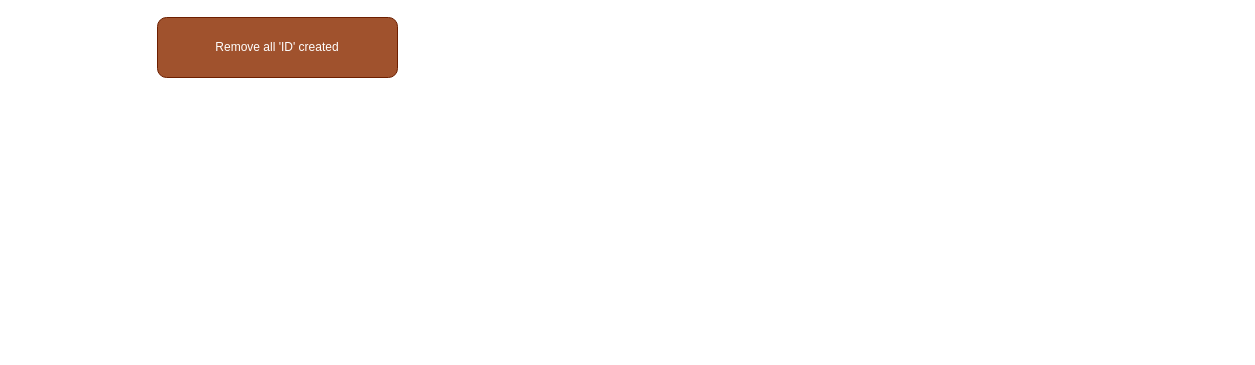
vinicius-silva-ep/ie-employment-permit keeps this draw.io diagram as page "in-progress" (2 of 3) of assets/notes.drawio. Above is the earlier version. Source tidied: cells renumbered, new cells numbered last; positions are measured from the earlier drawing's top-left corner, leaving out a move shared by most shapes. Both pictures are drawn from the tidied source at 100%, with x=0, y=0 at pixel (157, 17).
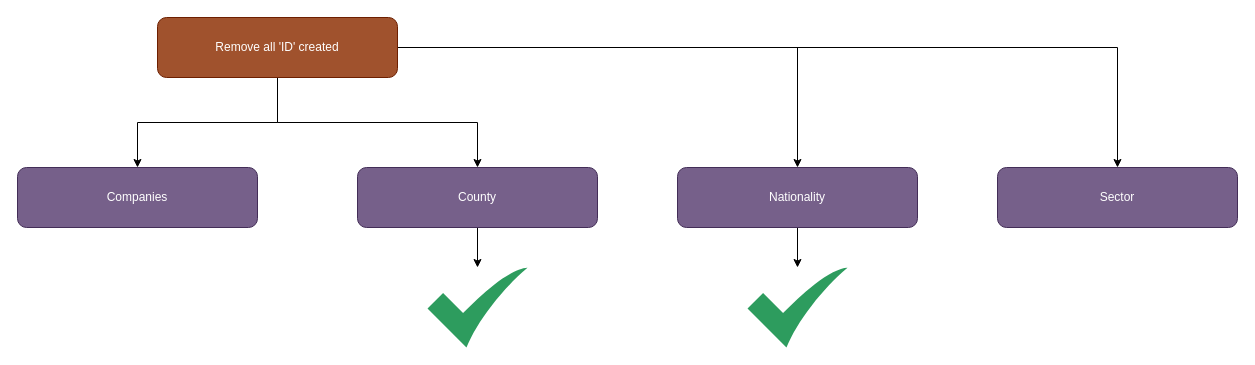
After the change.

Change to the diagram source:
```diff
@@
 <mxGraphModel>
   <root>
     <mxCell id="0" />
     <mxCell id="1" parent="0" />
+    <mxCell id="3" style="edgeStyle=orthogonalEdgeStyle;rounded=0;jettySize=auto;html=1;" parent="1" edge="1" source="2" target="7">
+      <mxGeometry relative="1" as="geometry" />
+    </mxCell>
+    <mxCell id="4" style="edgeStyle=orthogonalEdgeStyle;rounded=0;jettySize=auto;html=1;" parent="1" edge="1" source="2" target="9">
+      <mxGeometry relative="1" as="geometry" />
+    </mxCell>
+    <mxCell id="5" style="edgeStyle=orthogonalEdgeStyle;rounded=0;jettySize=auto;html=1;" parent="1" edge="1" source="2" target="11">
+      <mxGeometry relative="1" as="geometry" />
+    </mxCell>
+    <mxCell id="6" style="edgeStyle=orthogonalEdgeStyle;rounded=0;jettySize=auto;html=1;" parent="1" edge="1" source="2" target="12">
+      <mxGeometry relative="1" as="geometry" />
+    </mxCell>
     <mxCell id="2" value="Remove all 'ID' created" style="rounded=1;whiteSpace=wrap;html=1;fillColor=#a0522d;fontColor=#ffffff;strokeColor=#6D1F00;" parent="1" vertex="1">
       <mxGeometry width="240" height="60" as="geometry" />
     </mxCell>
+    <mxCell id="7" value="Companies" style="rounded=1;whiteSpace=wrap;html=1;fillColor=#76608a;fontColor=#ffffff;strokeColor=#432D57;" parent="1" vertex="1">
+      <mxGeometry x="-140" y="150" width="240" height="60" as="geometry" />
+    </mxCell>
+    <mxCell id="8" style="edgeStyle=orthogonalEdgeStyle;rounded=0;jettySize=auto;html=1;" parent="1" edge="1" source="9" target="13">
+      <mxGeometry relative="1" as="geometry" />
+    </mxCell>
+    <mxCell id="9" value="County" style="rounded=1;whiteSpace=wrap;html=1;fillColor=#76608a;fontColor=#ffffff;strokeColor=#432D57;" parent="1" vertex="1">
+      <mxGeometry x="200" y="150" width="240" height="60" as="geometry" />
+    </mxCell>
+    <mxCell id="10" style="edgeStyle=orthogonalEdgeStyle;rounded=0;jettySize=auto;html=1;" parent="1" edge="1" source="11" target="14">
+      <mxGeometry relative="1" as="geometry" />
+    </mxCell>
+    <mxCell id="11" value="Nationality" style="rounded=1;whiteSpace=wrap;html=1;fillColor=#76608a;fontColor=#ffffff;strokeColor=#432D57;" parent="1" vertex="1">
+      <mxGeometry x="520" y="150" width="240" height="60" as="geometry" />
+    </mxCell>
+    <mxCell id="12" value="Sector" style="rounded=1;whiteSpace=wrap;html=1;fillColor=#76608a;fontColor=#ffffff;strokeColor=#432D57;" parent="1" vertex="1">
+      <mxGeometry x="840" y="150" width="240" height="60" as="geometry" />
+    </mxCell>
+    <mxCell id="13" style="sketch=0;html=1;strokeColor=none;shadow=0;align=center;fillColor=#2D9C5E;verticalAlign=top;labelPosition=center;verticalLabelPosition=bottom;shape=mxgraph.gcp2.check;" parent="1" vertex="1">
+      <mxGeometry x="270" y="250" width="100" height="80" as="geometry" />
+    </mxCell>
+    <mxCell id="14" style="sketch=0;html=1;strokeColor=none;shadow=0;align=center;fillColor=#2D9C5E;verticalAlign=top;labelPosition=center;verticalLabelPosition=bottom;shape=mxgraph.gcp2.check;" parent="1" vertex="1">
+      <mxGeometry x="590" y="250" width="100" height="80" as="geometry" />
+    </mxCell>
   </root>
 </mxGraphModel>
```
